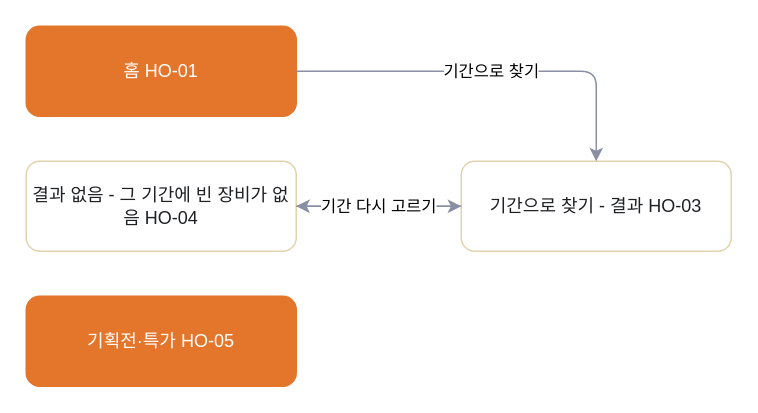
hyunplanb-cyber/ia-generation-platform keeps this draw.io diagram as page "HO 홈" (2 of 9) of 판매용_템플릿/_판매팩/장비렌탈_스탠다드/05_FLOW_흐름도.drawio. Above is the earlier version. Source tidied: cells renumbered, new cells numbered last; positions are measured from the earlier drawing's top-left corner, leaving out a move shared by most shapes. Both pictures are drawn from the tidied source at 150%, with x=0, y=0 at pixel (26, 26).
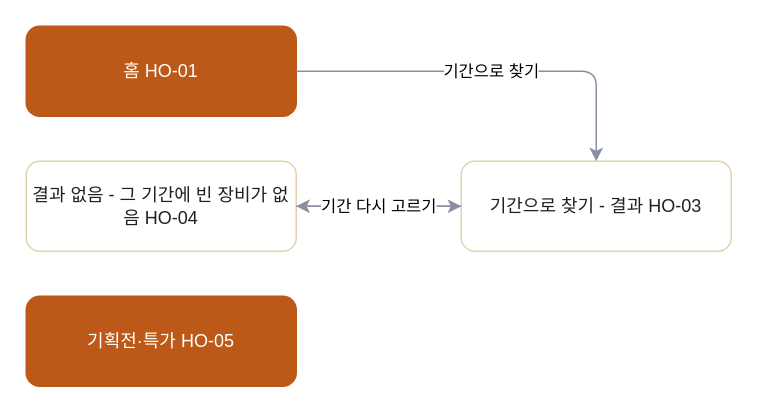
The same page after the edit.

Diff of the diagram source:
```diff
@@
 <mxGraphModel>
   <root>
     <mxCell id="0" />
     <mxCell id="1" parent="0" />
-    <mxCell id="2" value="홈 HO-01" style="rounded=1;whiteSpace=wrap;html=1;fillColor=#E4762C;strokeColor=#E4762C;fontColor=#FFFFFF;" parent="1" vertex="1">
+    <mxCell id="2" value="홈 HO-01" style="rounded=1;whiteSpace=wrap;html=1;fillColor=#BC5918;strokeColor=#BC5918;fontColor=#FFFFFF;" parent="1" vertex="1">
       <mxGeometry width="180" height="60" as="geometry" />
     </mxCell>
     <mxCell id="3" value="기간으로 찾기 - 결과 HO-03" style="rounded=1;whiteSpace=wrap;html=1;fillColor=#FFFFFF;strokeColor=#E2D3AE;fontColor=#1F2024;" parent="1" vertex="1">
       <mxGeometry x="290" y="90" width="180" height="60" as="geometry" />
     </mxCell>
     <mxCell id="4" value="결과 없음 - 그 기간에 빈 장비가 없음 HO-04" style="rounded=1;whiteSpace=wrap;html=1;fillColor=#FFFFFF;strokeColor=#E2D3AE;fontColor=#1F2024;" parent="1" vertex="1">
       <mxGeometry y="90" width="180" height="60" as="geometry" />
     </mxCell>
-    <mxCell id="5" value="기획전·특가 HO-05" style="rounded=1;whiteSpace=wrap;html=1;fillColor=#E4762C;strokeColor=#E4762C;fontColor=#FFFFFF;" parent="1" vertex="1">
+    <mxCell id="5" value="기획전·특가 HO-05" style="rounded=1;whiteSpace=wrap;html=1;fillColor=#BC5918;strokeColor=#BC5918;fontColor=#FFFFFF;" parent="1" vertex="1">
       <mxGeometry y="180" width="180" height="60" as="geometry" />
     </mxCell>
     <mxCell id="6" value="기간으로 찾기" style="edgeStyle=orthogonalEdgeStyle;rounded=1;html=1;strokeColor=#8B8FA3;" parent="1" edge="1" source="2" target="3">
       <mxGeometry relative="1" as="geometry" />
     </mxCell>
     <mxCell id="7" value="결과 없음" style="edgeStyle=orthogonalEdgeStyle;rounded=1;html=1;strokeColor=#8B8FA3;" parent="1" edge="1" source="3" target="4">
       <mxGeometry relative="1" as="geometry" />
     </mxCell>
     <mxCell id="8" value="기간 다시 고르기" style="edgeStyle=orthogonalEdgeStyle;rounded=1;html=1;strokeColor=#8B8FA3;" parent="1" edge="1" source="4" target="3">
       <mxGeometry relative="1" as="geometry" />
     </mxCell>
   </root>
 </mxGraphModel>
```
